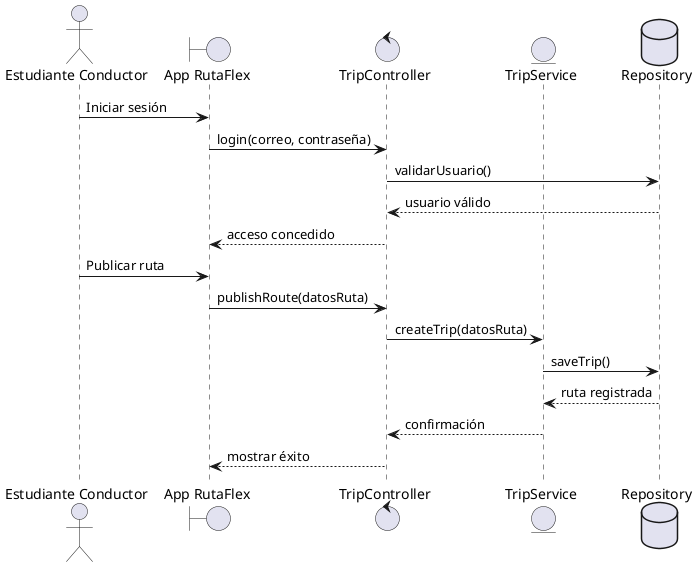
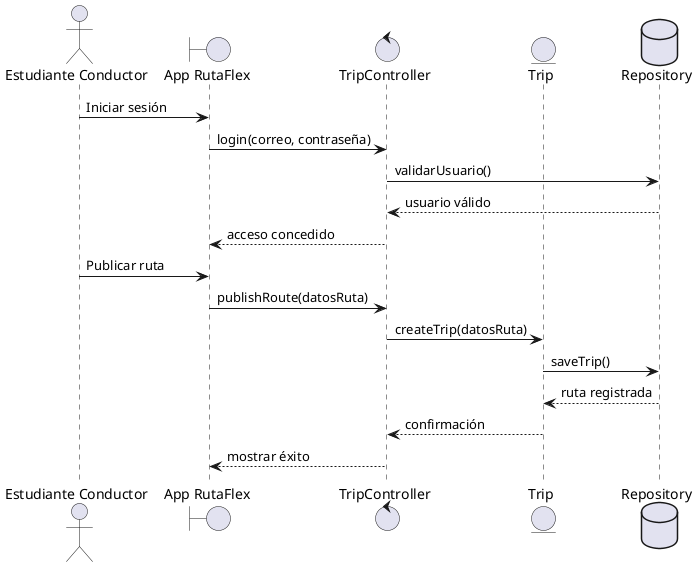
@startuml
actor "Estudiante Conductor" as Driver
boundary "App RutaFlex" as App
control "TripController" as TripC
- entity "TripService" as TripS
+ entity "Trip" as TripS
database "Repository" as DB

Driver -> App : Iniciar sesión
App -> TripC : login(correo, contraseña)
TripC -> DB : validarUsuario()
DB --> TripC : usuario válido
TripC --> App : acceso concedido

Driver -> App : Publicar ruta
App -> TripC : publishRoute(datosRuta)
TripC -> TripS : createTrip(datosRuta)
TripS -> DB : saveTrip()
DB --> TripS : ruta registrada
TripS --> TripC : confirmación
TripC --> App : mostrar éxito

@enduml